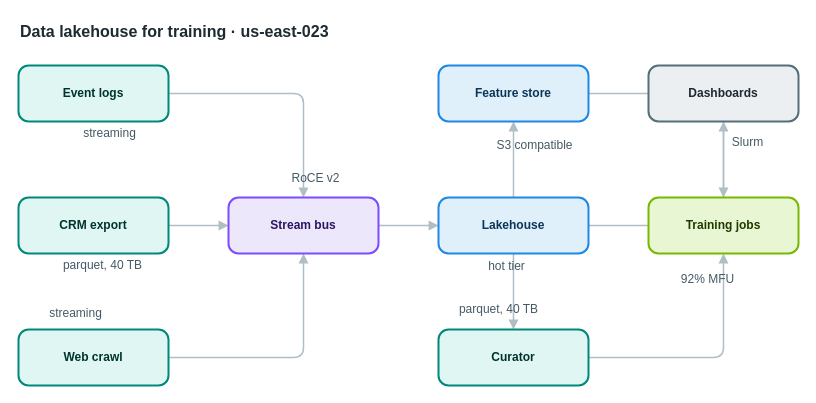
Above: apps/web/public/samples/library/023-data-lakehouse-for-training.drawio in AryanG01/open-apprentice (draw.io), before the change. Source tidied: cells renumbered, new cells numbered last; positions are measured from the earlier drawing's top-left corner, leaving out a move shared by most shapes. Both pictures are drawn from the tidied source at 100%, with x=0, y=0 at pixel (18, 17).
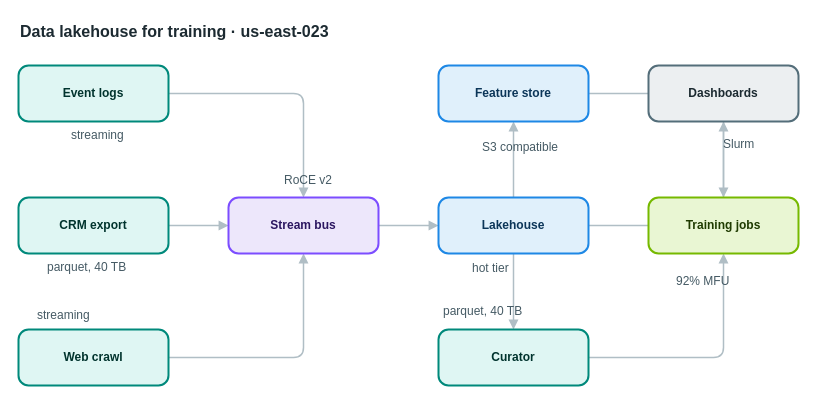
The same diagram, later.

Diff of the diagram source:
```diff
@@
-    <mxCell id="21" value="streaming" style="text;html=1;align=center;verticalAlign=middle;whiteSpace=nowrap;strokeColor=none;fillColor=none;fontSize=12;fontColor=#455a64;" parent="1" vertex="1">
+    <mxCell id="21" value="streaming" style="text;html=1;align=left;verticalAlign=top;whiteSpace=nowrap;spacing=0;spacingTop=0;strokeColor=none;fillColor=none;fontSize=12;fontColor=#455a64;" parent="1" vertex="1">
       <mxGeometry x="53" y="106" width="75" height="20" as="geometry" />
     </mxCell>
-    <mxCell id="22" value="parquet, 40 TB" style="text;html=1;align=center;verticalAlign=middle;whiteSpace=nowrap;strokeColor=none;fillColor=none;fontSize=12;fontColor=#455a64;" parent="1" vertex="1">
+    <mxCell id="22" value="parquet, 40 TB" style="text;html=1;align=left;verticalAlign=top;whiteSpace=nowrap;spacing=0;spacingTop=0;strokeColor=none;fillColor=none;fontSize=12;fontColor=#455a64;" parent="1" vertex="1">
       <mxGeometry x="29" y="238" width="110" height="20" as="geometry" />
     </mxCell>
-    <mxCell id="23" value="streaming" style="text;html=1;align=center;verticalAlign=middle;whiteSpace=nowrap;strokeColor=none;fillColor=none;fontSize=12;fontColor=#455a64;" parent="1" vertex="1">
+    <mxCell id="23" value="streaming" style="text;html=1;align=left;verticalAlign=top;whiteSpace=nowrap;spacing=0;spacingTop=0;strokeColor=none;fillColor=none;fontSize=12;fontColor=#455a64;" parent="1" vertex="1">
       <mxGeometry x="19" y="286" width="75" height="20" as="geometry" />
     </mxCell>
-    <mxCell id="24" value="RoCE v2" style="text;html=1;align=center;verticalAlign=middle;whiteSpace=nowrap;strokeColor=none;fillColor=none;fontSize=12;fontColor=#455a64;" parent="1" vertex="1">
+    <mxCell id="24" value="RoCE v2" style="text;html=1;align=left;verticalAlign=top;whiteSpace=nowrap;spacing=0;spacingTop=0;strokeColor=none;fillColor=none;fontSize=12;fontColor=#455a64;" parent="1" vertex="1">
       <mxGeometry x="266" y="151" width="61" height="20" as="geometry" />
     </mxCell>
-    <mxCell id="25" value="hot tier" style="text;html=1;align=center;verticalAlign=middle;whiteSpace=nowrap;strokeColor=none;fillColor=none;fontSize=12;fontColor=#455a64;" parent="1" vertex="1">
+    <mxCell id="25" value="hot tier" style="text;html=1;align=left;verticalAlign=top;whiteSpace=nowrap;spacing=0;spacingTop=0;strokeColor=none;fillColor=none;fontSize=12;fontColor=#455a64;" parent="1" vertex="1">
       <mxGeometry x="454" y="239" width="68" height="20" as="geometry" />
     </mxCell>
-    <mxCell id="26" value="S3 compatible" style="text;html=1;align=center;verticalAlign=middle;whiteSpace=nowrap;strokeColor=none;fillColor=none;fontSize=12;fontColor=#455a64;" parent="1" vertex="1">
+    <mxCell id="26" value="S3 compatible" style="text;html=1;align=left;verticalAlign=top;whiteSpace=nowrap;spacing=0;spacingTop=0;strokeColor=none;fillColor=none;fontSize=12;fontColor=#455a64;" parent="1" vertex="1">
       <mxGeometry x="464" y="118" width="103" height="20" as="geometry" />
     </mxCell>
-    <mxCell id="27" value="parquet, 40 TB" style="text;html=1;align=center;verticalAlign=middle;whiteSpace=nowrap;strokeColor=none;fillColor=none;fontSize=12;fontColor=#455a64;" parent="1" vertex="1">
+    <mxCell id="27" value="parquet, 40 TB" style="text;html=1;align=left;verticalAlign=top;whiteSpace=nowrap;spacing=0;spacingTop=0;strokeColor=none;fillColor=none;fontSize=12;fontColor=#455a64;" parent="1" vertex="1">
       <mxGeometry x="425" y="282" width="110" height="20" as="geometry" />
     </mxCell>
-    <mxCell id="28" value="92% MFU" style="text;html=1;align=center;verticalAlign=middle;whiteSpace=nowrap;strokeColor=none;fillColor=none;fontSize=12;fontColor=#455a64;" parent="1" vertex="1">
+    <mxCell id="28" value="92% MFU" style="text;html=1;align=left;verticalAlign=top;whiteSpace=nowrap;spacing=0;spacingTop=0;strokeColor=none;fillColor=none;fontSize=12;fontColor=#455a64;" parent="1" vertex="1">
       <mxGeometry x="658" y="252" width="61" height="20" as="geometry" />
     </mxCell>
-    <mxCell id="29" value="Slurm" style="text;html=1;align=center;verticalAlign=middle;whiteSpace=nowrap;strokeColor=none;fillColor=none;fontSize=12;fontColor=#455a64;" parent="1" vertex="1">
+    <mxCell id="29" value="Slurm" style="text;html=1;align=left;verticalAlign=top;whiteSpace=nowrap;spacing=0;spacingTop=0;strokeColor=none;fillColor=none;fontSize=12;fontColor=#455a64;" parent="1" vertex="1">
       <mxGeometry x="705" y="115" width="47" height="20" as="geometry" />
     </mxCell>
```
